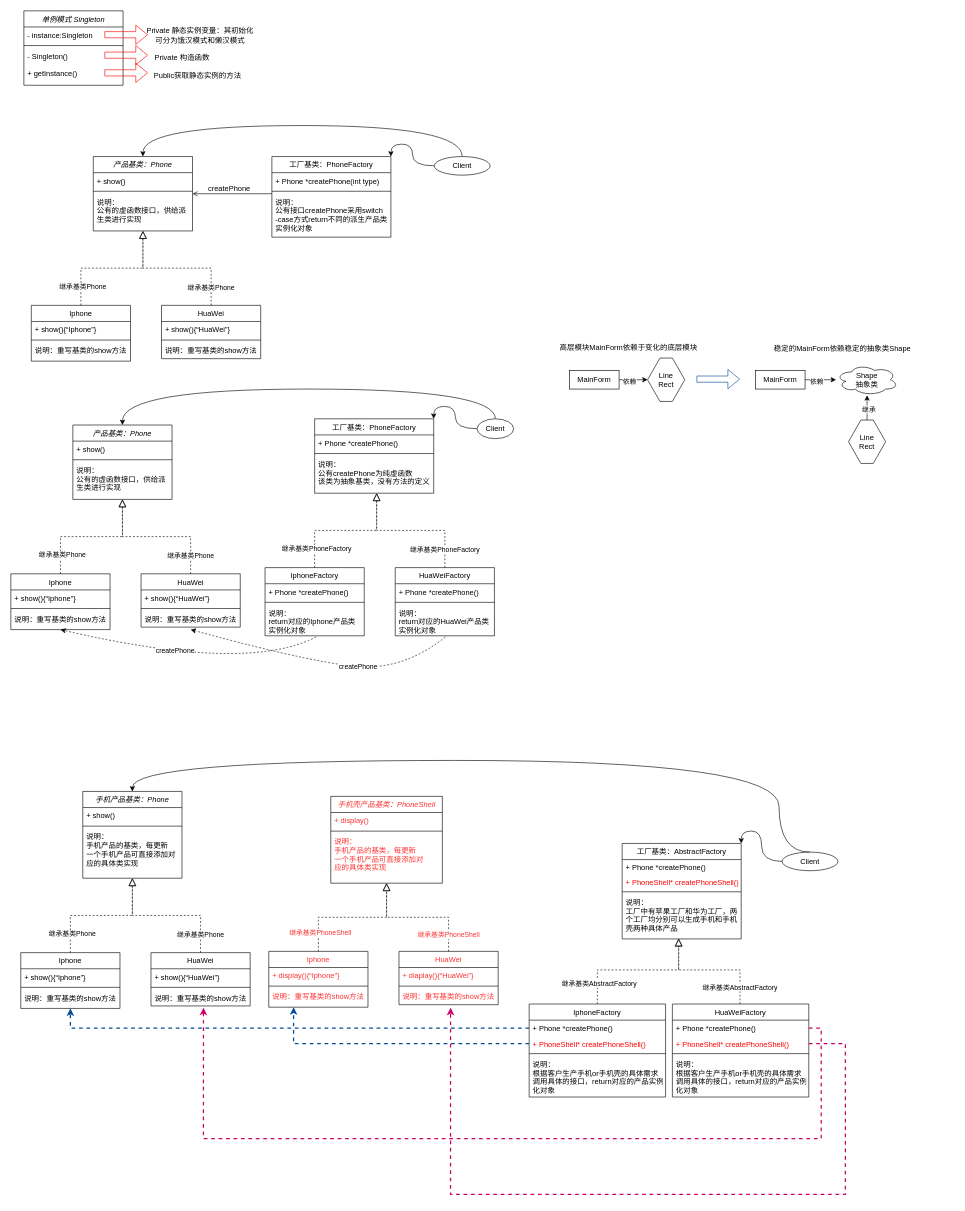
Earlier version of the draw.io diagram 设计模式学习.drawio (AkiraZheng/diagrams). Source tidied: cells renumbered, new cells numbered last; positions are measured from the earlier drawing's top-left corner, leaving out a move shared by most shapes. Both pictures are drawn from the tidied source at 62%, with x=0, y=0 at pixel (11, 11).
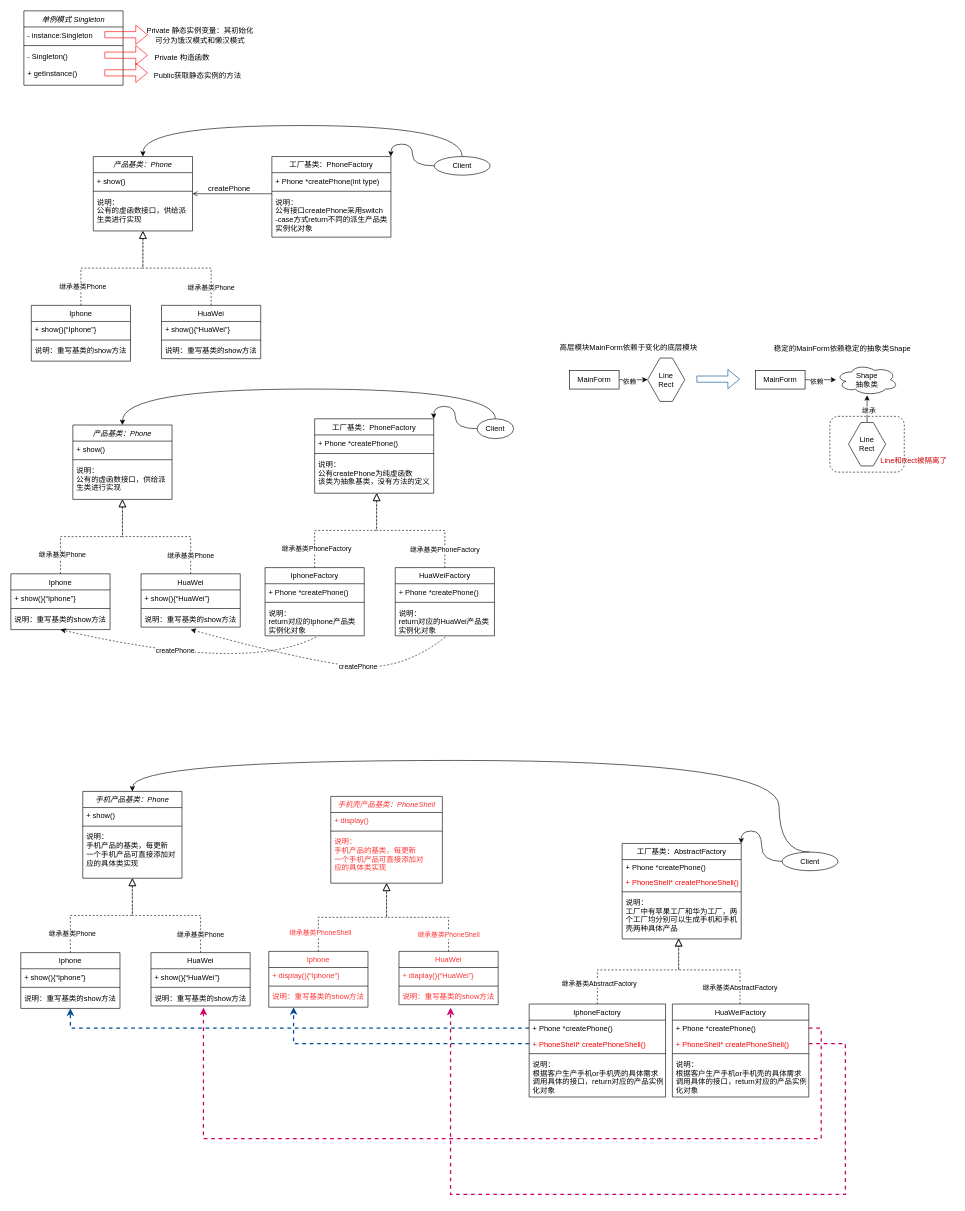
The same diagram, later.

Commit message:
更新设计模式学习.drawio

The edit, as a diff of the source:
```diff
@@
+    <mxCell id="149" style="rounded=1;whiteSpace=wrap;html=1;dashed=1;" parent="1" vertex="1">
+      <mxGeometry x="1321" y="654" width="120" height="90" as="geometry" />
+    </mxCell>
@@
     <mxCell id="145" value="Line&lt;br&gt;Rect" style="shape=hexagon;perimeter=hexagonPerimeter2;whiteSpace=wrap;html=1;fixedSize=1;rounded=0;" parent="1" vertex="1">
-      <mxGeometry x="1351" y="660" width="60" height="70" as="geometry" />
+      <mxGeometry x="1351" y="664" width="60" height="70" as="geometry" />
     </mxCell>
@@
+    <mxCell id="150" value="&lt;font color=&quot;#cc0000&quot;&gt;Line和Rect被隔离了&lt;/font&gt;" style="text;html=1;align=center;verticalAlign=middle;strokeColor=none;fillColor=none;" parent="1" vertex="1">
+      <mxGeometry x="1391" y="710" width="130" height="30" as="geometry" />
+    </mxCell>
```
